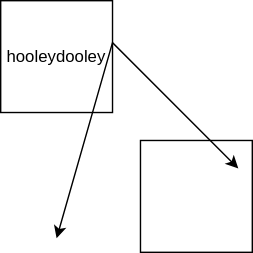
Earlier version of the draw.io export test.drawio.svg (aekiss/test-delete). Source tidied: cells renumbered, new cells last; positions are measured from the earlier drawing's top-left corner, leaving out a move shared by most shapes.
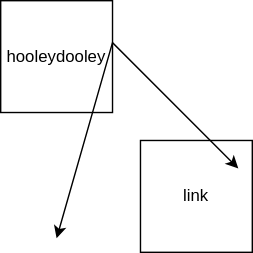
The same diagram one commit later.

What changed in the source:
```diff
@@ -2,7 +2,7 @@
   <root>
     <mxCell id="0" />
     <mxCell id="1" parent="0" />
-    <mxCell id="2" style="whiteSpace=wrap;html=1;" parent="1" vertex="1">
+    <mxCell id="2" value="&lt;a href=&quot;https://github.com/apps/draw-io-app&quot;&gt;link&lt;/a&gt;" style="whiteSpace=wrap;html=1;" parent="1" vertex="1">
       <mxGeometry x="100" y="100" width="80" height="80" as="geometry" />
     </mxCell>
     <mxCell id="3" value="hool&lt;a href=&quot;https://github.com/apps/draw-io-app&quot;&gt;eydo&lt;/a&gt;oley" style="whiteSpace=wrap;html=1;" parent="1" vertex="1">
```
